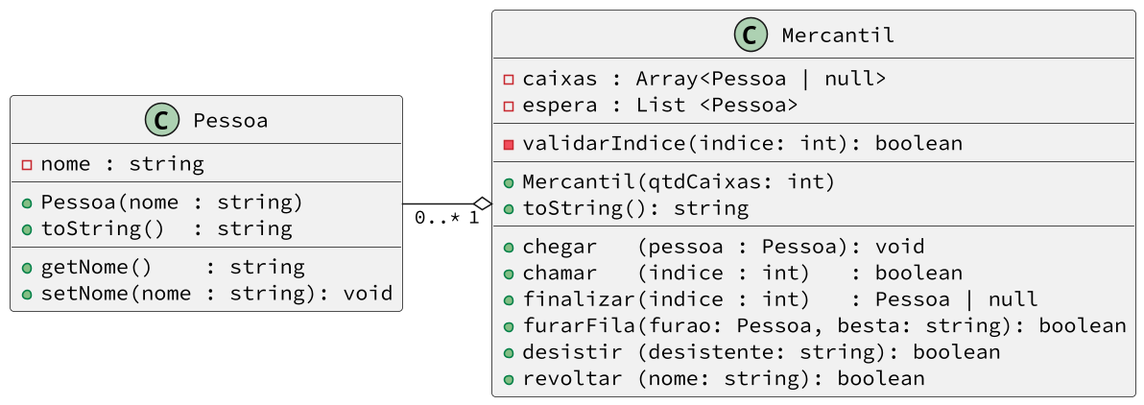
Before: base/budega/diagrama.png, a diagram exported from PlantUML (qxcodepoo/arcade). Source of this version:
```plantuml
@startuml
skinparam defaultFontName "Source Code Pro"
skinparam dpi 150
left to right direction
class Pessoa {
  - nome : string
  __
  + Pessoa(nome : string)
  + toString()  : string
  __
  + getNome()    : string
  + setNome(nome : string): void
}
class Mercantil {
  - caixas : Array<Pessoa | null>
  - espera : List <Pessoa>
  __
  - validarIndice(indice: int): boolean
  __
  + Mercantil(qtdCaixas: int)
  + toString(): string
  __
  + chegar   (pessoa : Pessoa): void
  + chamar   (indice : int)   : boolean
  + finalizar(indice : int)   : Pessoa | null
  + furarFila(furao: Pessoa, besta: string): boolean
  + desistir (desistente: string): boolean
  + revoltar (nome: string): boolean
}
Pessoa "0..*" --o  "1" Mercantil
@enduml
```
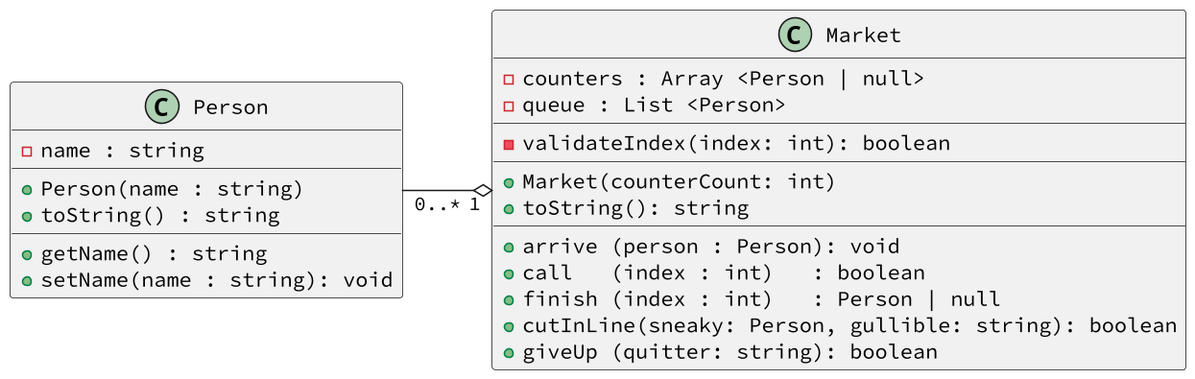
The same diagram one commit later.

Change to the diagram source:
```diff
@@ -2,30 +2,29 @@
 skinparam defaultFontName "Source Code Pro"
 skinparam dpi 150
 left to right direction
-class Pessoa {
-  - nome : string
+class Person {
+  - name : string
   __
-  + Pessoa(nome : string)
-  + toString()  : string
+  + Person(name : string)
+  + toString() : string
   __
-  + getNome()    : string
-  + setNome(nome : string): void
+  + getName() : string
+  + setName(name : string): void
 }
-class Mercantil {
-  - caixas : Array<Pessoa | null>
-  - espera : List <Pessoa>
+class Market {
+  - counters : Array <Person | null>
+  - queue : List <Person>
   __
-  - validarIndice(indice: int): boolean
+  - validateIndex(index: int): boolean
   __
-  + Mercantil(qtdCaixas: int)
+  + Market(counterCount: int)
   + toString(): string
   __
-  + chegar   (pessoa : Pessoa): void
-  + chamar   (indice : int)   : boolean
-  + finalizar(indice : int)   : Pessoa | null
-  + furarFila(furao: Pessoa, besta: string): boolean
-  + desistir (desistente: string): boolean
-  + revoltar (nome: string): boolean
+  + arrive (person : Person): void
+  + call   (index : int)   : boolean
+  + finish (index : int)   : Person | null
+  + cutInLine(sneaky: Person, gullible: string): boolean
+  + giveUp (quitter: string): boolean
 }
-Pessoa "0..*" --o  "1" Mercantil
+Person "0..*" --o "1" Market
 @enduml
```
